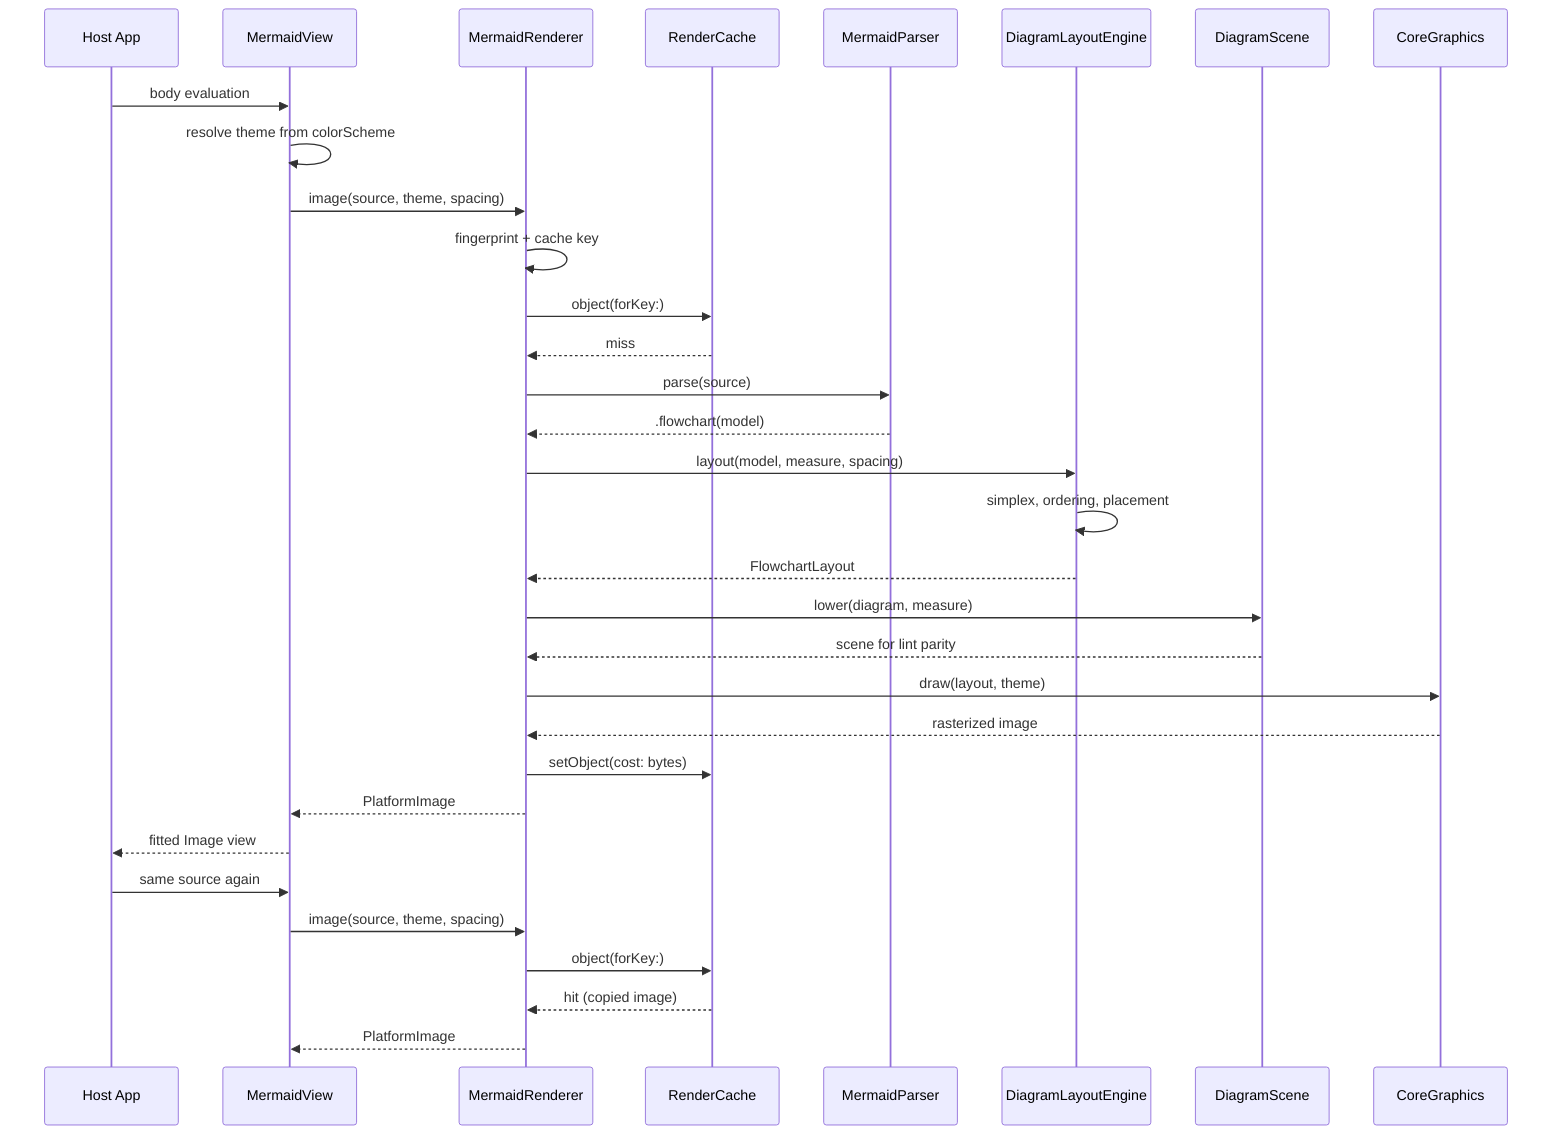
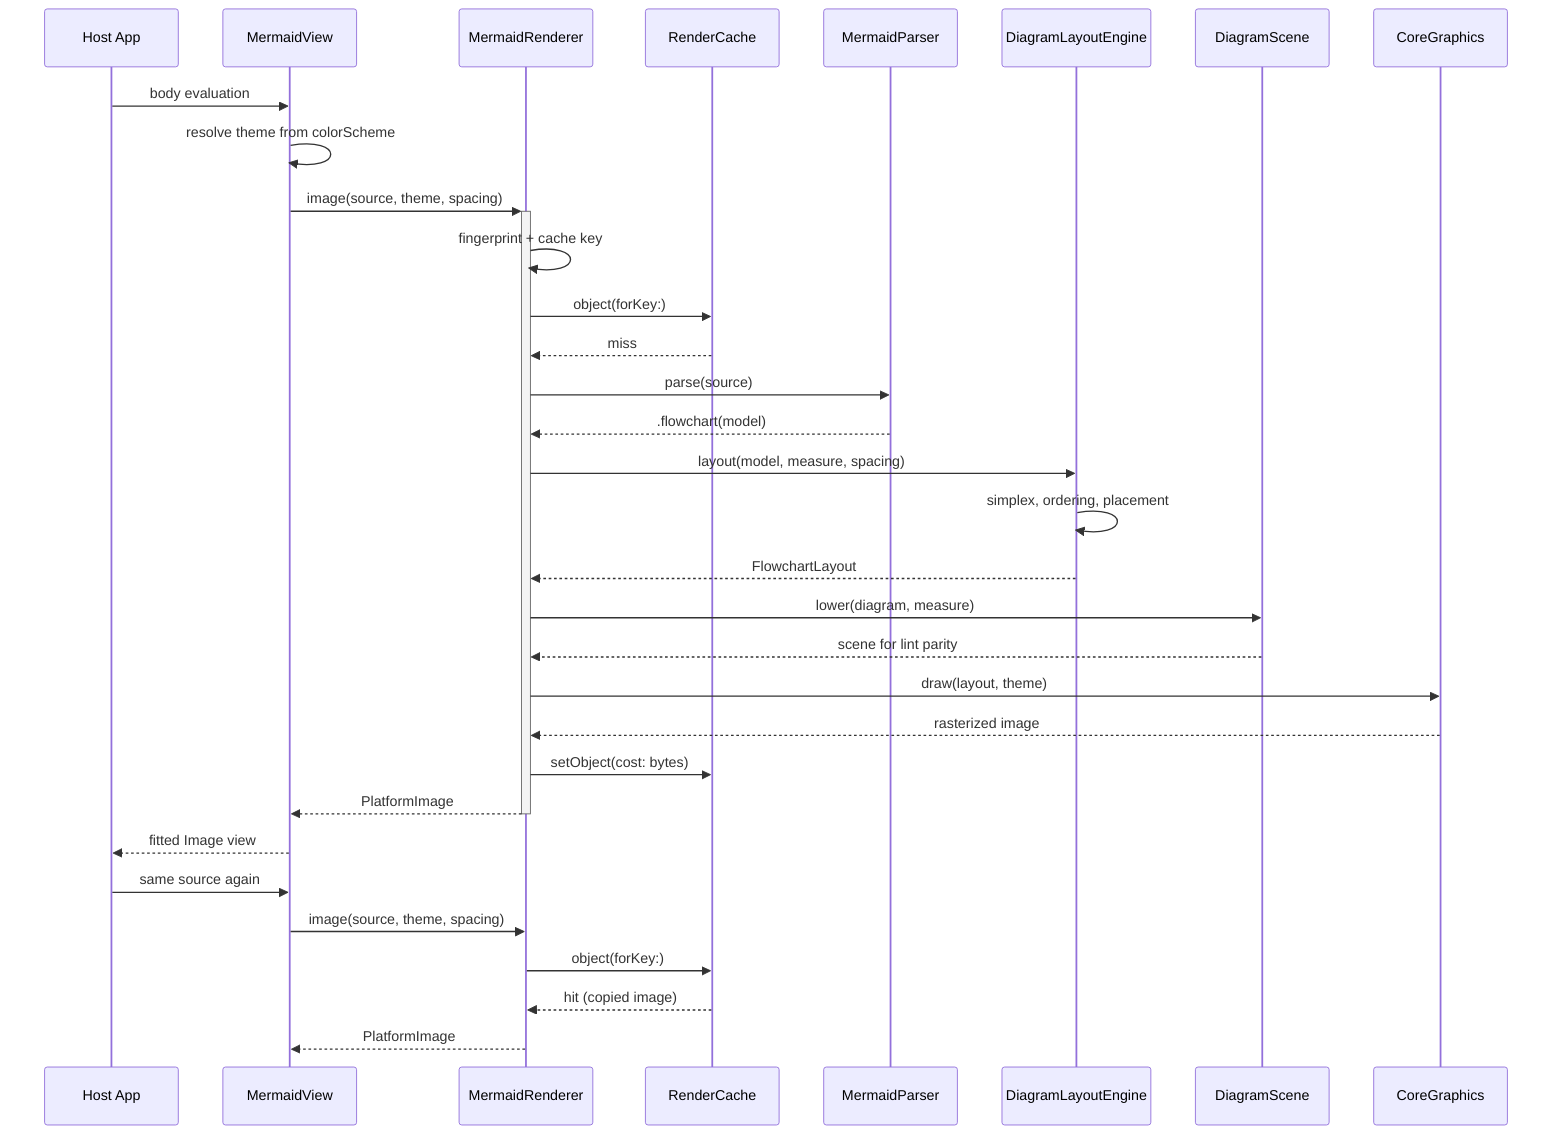
sequenceDiagram
    participant Host as Host App
    participant View as MermaidView
    participant Rend as MermaidRenderer
    participant Cache as RenderCache
    participant Parse as MermaidParser
    participant Lay as DiagramLayoutEngine
    participant Scene as DiagramScene
    participant CG as CoreGraphics
    Host->>View: body evaluation
    View->>View: resolve theme from colorScheme
-     View->>Rend: image(source, theme, spacing)
+     View->>+Rend: image(source, theme, spacing)
    Rend->>Rend: fingerprint + cache key
    Rend->>Cache: object(forKey:)
    Cache-->>Rend: miss
    Rend->>Parse: parse(source)
    Parse-->>Rend: .flowchart(model)
    Rend->>Lay: layout(model, measure, spacing)
    Lay->>Lay: simplex, ordering, placement
    Lay-->>Rend: FlowchartLayout
    Rend->>Scene: lower(diagram, measure)
    Scene-->>Rend: scene for lint parity
    Rend->>CG: draw(layout, theme)
    CG-->>Rend: rasterized image
    Rend->>Cache: setObject(cost: bytes)
-     Rend-->>View: PlatformImage
+     Rend-->>-View: PlatformImage
    View-->>Host: fitted Image view
    Host->>View: same source again
    View->>Rend: image(source, theme, spacing)
    Rend->>Cache: object(forKey:)
    Cache-->>Rend: hit (copied image)
    Rend-->>View: PlatformImage
